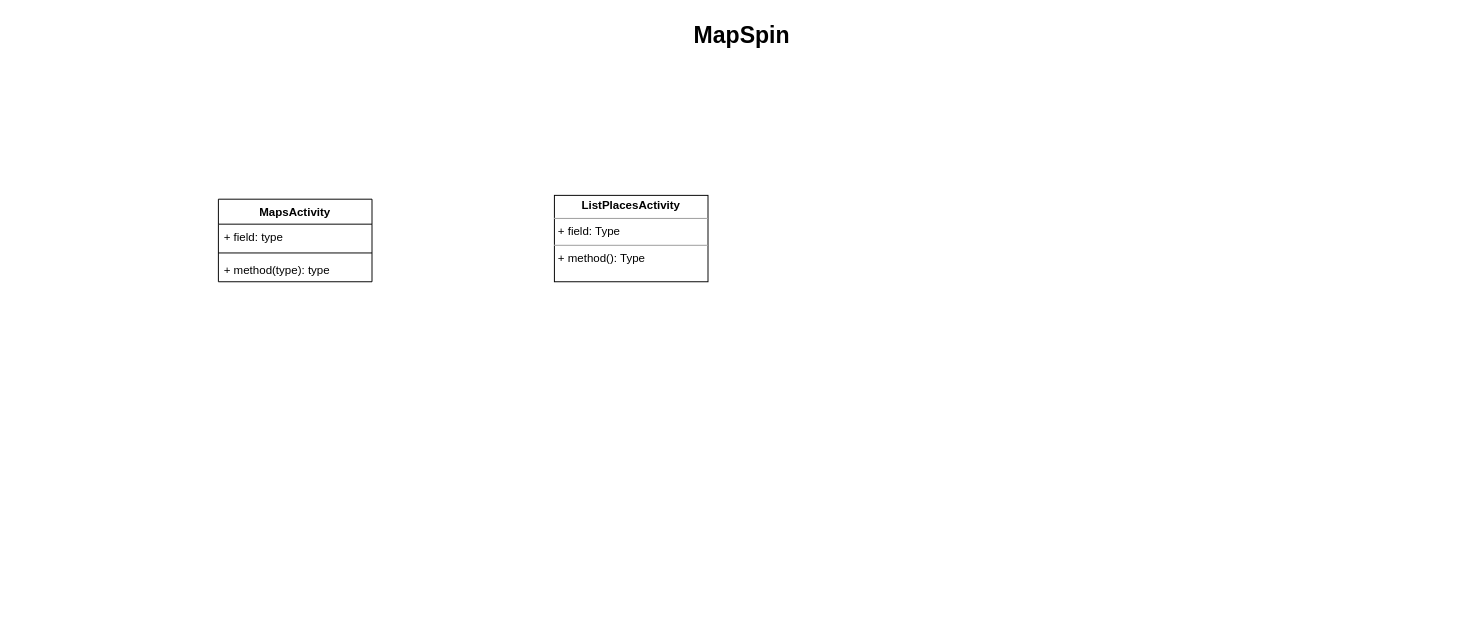
This is Untitled Diagram.drawio from sphothitay/CP470UML, a draw.io file, before an edit. Source tidied: cells renumbered, new cells numbered last; positions are measured from the earlier drawing's top-left corner, leaving out a move shared by most shapes. Both pictures are drawn from the tidied source at 96%, with x=0, y=0 at pixel (16, 16).
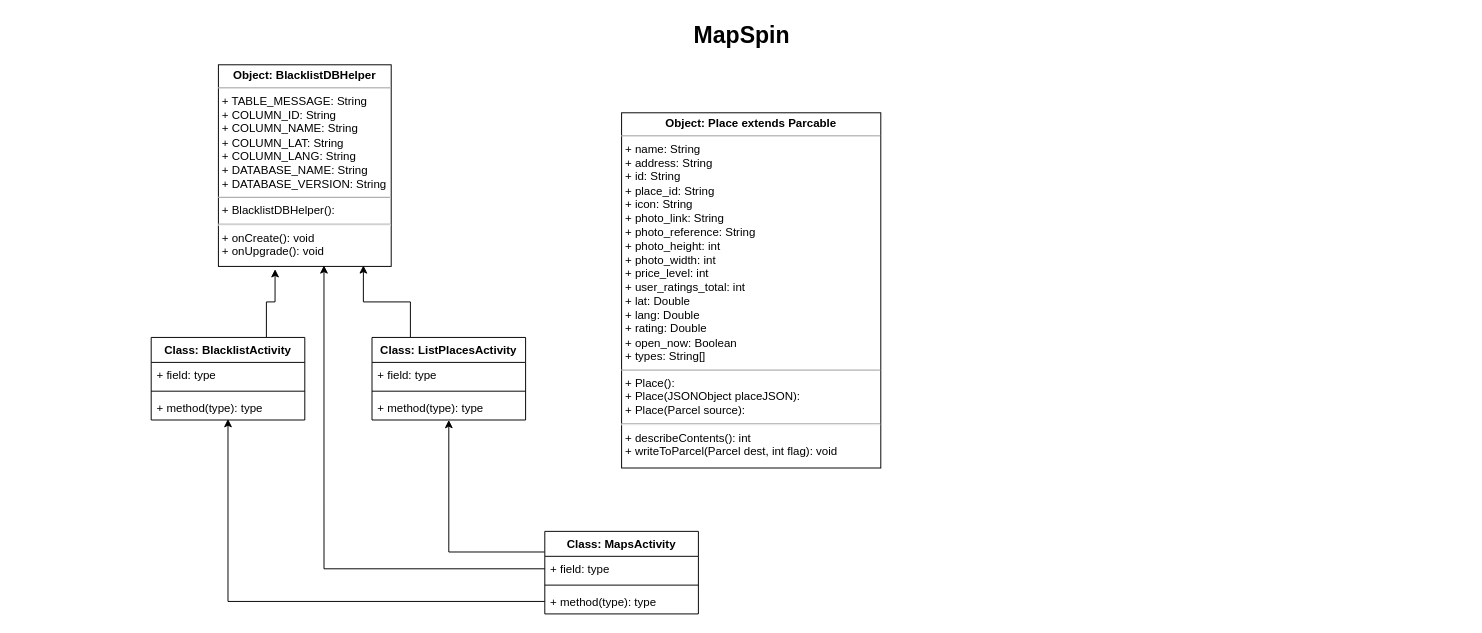
After the change.

The change refers to these unchanged cells:
```xml
<mxCell id="4" value="+ field: type" style="text;strokeColor=none;fillColor=none;align=left;verticalAlign=top;spacingLeft=4;spacingRight=4;overflow=hidden;points=[[0,0.5],[1,0.5]];portConstraint=eastwest;" parent="3" vertex="1">
  <mxGeometry y="26" width="160" height="26" as="geometry" />
</mxCell>
<mxCell id="6" value="+ method(type): type" style="text;strokeColor=none;fillColor=none;align=left;verticalAlign=top;spacingLeft=4;spacingRight=4;overflow=hidden;points=[[0,0.5],[1,0.5]];portConstraint=eastwest;" parent="3" vertex="1">
  <mxGeometry y="60" width="160" height="26" as="geometry" />
</mxCell>
```

Diff of the diagram source:
```diff
@@
+    <mxCell id="8" style="edgeStyle=orthogonalEdgeStyle;rounded=0;jettySize=auto;html=1;exitX=0;exitY=0.25;exitDx=0;exitDy=0;entryX=0.5;entryY=1;entryDx=0;entryDy=0;entryPerimeter=0;" parent="1" edge="1" source="3" target="14">
+      <mxGeometry relative="1" as="geometry" />
+    </mxCell>
-    <mxCell id="3" value="MapsActivity" style="swimlane;fontStyle=1;align=center;verticalAlign=top;horizontal=1;startSize=26;" parent="1" vertex="1">
-      <mxGeometry x="210" y="190" width="160" height="86" as="geometry" />
+    <mxCell id="3" value="Class: MapsActivity" style="swimlane;fontStyle=1;align=center;verticalAlign=top;horizontal=1;startSize=26;" parent="1" vertex="1">
+      <mxGeometry x="550" y="536" width="160" height="86" as="geometry" />
     </mxCell>
@@
-    <mxCell id="7" value="&lt;p style=&quot;margin: 0px ; margin-top: 4px ; text-align: center&quot;&gt;&lt;b&gt;ListPlacesActivity&lt;/b&gt;&lt;/p&gt;&lt;hr size=&quot;1&quot;&gt;&lt;p style=&quot;margin: 0px ; margin-left: 4px&quot;&gt;+ field: Type&lt;/p&gt;&lt;hr size=&quot;1&quot;&gt;&lt;p style=&quot;margin: 0px ; margin-left: 4px&quot;&gt;+ method(): Type&lt;/p&gt;" style="verticalAlign=top;align=left;overflow=fill;fontSize=12;fontFamily=Helvetica;html=1;" parent="1" vertex="1">
-      <mxGeometry x="560" y="186" width="160" height="90" as="geometry" />
-    </mxCell>
+    <mxCell id="9" value="&lt;p style=&quot;margin: 0px ; margin-top: 4px ; text-align: center&quot;&gt;&lt;b&gt;Object: BlacklistDBHelper&lt;/b&gt;&lt;/p&gt;&lt;hr size=&quot;1&quot;&gt;&lt;p style=&quot;margin: 0px ; margin-left: 4px&quot;&gt;+ TABLE_MESSAGE: String&lt;/p&gt;&lt;p style=&quot;margin: 0px ; margin-left: 4px&quot;&gt;+ COLUMN_ID: String&lt;br&gt;&lt;/p&gt;&lt;p style=&quot;margin: 0px ; margin-left: 4px&quot;&gt;+ COLUMN_NAME: String&lt;br&gt;&lt;/p&gt;&lt;p style=&quot;margin: 0px ; margin-left: 4px&quot;&gt;+ COLUMN_LAT: String&lt;br&gt;&lt;/p&gt;&lt;p style=&quot;margin: 0px ; margin-left: 4px&quot;&gt;+ COLUMN_LANG: String&lt;br&gt;&lt;/p&gt;&lt;p style=&quot;margin: 0px ; margin-left: 4px&quot;&gt;+ DATABASE_NAME: String&lt;br&gt;&lt;/p&gt;&lt;p style=&quot;margin: 0px ; margin-left: 4px&quot;&gt;+ DATABASE_VERSION: String&lt;br&gt;&lt;/p&gt;&lt;hr size=&quot;1&quot;&gt;&lt;p style=&quot;margin: 0px ; margin-left: 4px&quot;&gt;+ BlacklistDBHelper():&lt;br&gt;&lt;/p&gt;&lt;hr id=&quot;null&quot;&gt;&lt;p style=&quot;margin: 0px ; margin-left: 4px&quot;&gt;+ onCreate(): void&lt;/p&gt;&lt;p style=&quot;margin: 0px ; margin-left: 4px&quot;&gt;+ onUpgrade(): void&lt;br&gt;&lt;/p&gt;&lt;p style=&quot;margin: 0px ; margin-left: 4px&quot;&gt;&lt;br&gt;&lt;/p&gt;&lt;p style=&quot;margin: 0px ; margin-left: 4px&quot;&gt;&lt;br&gt;&lt;/p&gt;" style="verticalAlign=top;align=left;overflow=fill;fontSize=12;fontFamily=Helvetica;html=1;" parent="1" vertex="1">
+      <mxGeometry x="210" y="50" width="180" height="210" as="geometry" />
+    </mxCell>
+    <mxCell id="10" style="edgeStyle=orthogonalEdgeStyle;rounded=0;jettySize=auto;html=1;exitX=0.25;exitY=0;exitDx=0;exitDy=0;entryX=0.839;entryY=0.995;entryDx=0;entryDy=0;entryPerimeter=0;" parent="1" edge="1" source="11" target="9">
+      <mxGeometry relative="1" as="geometry" />
+    </mxCell>
+    <mxCell id="11" value="Class: ListPlacesActivity" style="swimlane;fontStyle=1;align=center;verticalAlign=top;horizontal=1;startSize=26;" parent="1" vertex="1">
+      <mxGeometry x="370" y="334" width="160" height="86" as="geometry" />
+    </mxCell>
+    <mxCell id="12" value="+ field: type" style="text;strokeColor=none;fillColor=none;align=left;verticalAlign=top;spacingLeft=4;spacingRight=4;overflow=hidden;" parent="11" vertex="1">
+      <mxGeometry y="26" width="160" height="26" as="geometry" />
+    </mxCell>
+    <mxCell id="13" style="line;strokeWidth=1;fillColor=none;align=left;verticalAlign=middle;spacingTop=-1;spacingLeft=3;spacingRight=3;labelPosition=right;" parent="11" vertex="1">
+      <mxGeometry y="52" width="160" height="8" as="geometry" />
+    </mxCell>
+    <mxCell id="14" value="+ method(type): type" style="text;strokeColor=none;fillColor=none;align=left;verticalAlign=top;spacingLeft=4;spacingRight=4;overflow=hidden;points=[[0,0.5],[1,0.5]];portConstraint=eastwest;" parent="11" vertex="1">
+      <mxGeometry y="60" width="160" height="26" as="geometry" />
+    </mxCell>
+    <mxCell id="15" style="edgeStyle=orthogonalEdgeStyle;rounded=0;jettySize=auto;html=1;exitX=0.75;exitY=0;exitDx=0;exitDy=0;entryX=0.328;entryY=1.014;entryDx=0;entryDy=0;entryPerimeter=0;" parent="1" edge="1" source="16" target="9">
+      <mxGeometry relative="1" as="geometry" />
+    </mxCell>
+    <mxCell id="16" value="Class: BlacklistActivity" style="swimlane;fontStyle=1;align=center;verticalAlign=top;horizontal=1;startSize=26;" parent="1" vertex="1">
+      <mxGeometry x="140" y="334" width="160" height="86" as="geometry" />
+    </mxCell>
+    <mxCell id="17" value="+ field: type" style="text;strokeColor=none;fillColor=none;align=left;verticalAlign=top;spacingLeft=4;spacingRight=4;overflow=hidden;" parent="16" vertex="1">
+      <mxGeometry y="26" width="160" height="26" as="geometry" />
+    </mxCell>
+    <mxCell id="18" style="line;strokeWidth=1;fillColor=none;align=left;verticalAlign=middle;spacingTop=-1;spacingLeft=3;spacingRight=3;labelPosition=right;" parent="16" vertex="1">
+      <mxGeometry y="52" width="160" height="8" as="geometry" />
+    </mxCell>
+    <mxCell id="19" value="+ method(type): type" style="text;strokeColor=none;fillColor=none;align=left;verticalAlign=top;spacingLeft=4;spacingRight=4;overflow=hidden;points=[[0,0.5],[1,0.5]];portConstraint=eastwest;" parent="16" vertex="1">
+      <mxGeometry y="60" width="160" height="26" as="geometry" />
+    </mxCell>
+    <mxCell id="20" value="&lt;p style=&quot;margin: 0px ; margin-top: 4px ; text-align: center&quot;&gt;&lt;b&gt;Object: Place extends Parcable&lt;/b&gt;&lt;/p&gt;&lt;hr size=&quot;1&quot;&gt;&lt;p style=&quot;margin: 0px ; margin-left: 4px&quot;&gt;+ name: String&lt;/p&gt;&lt;p style=&quot;margin: 0px ; margin-left: 4px&quot;&gt;+ address: String&lt;br&gt;&lt;/p&gt;&lt;p style=&quot;margin: 0px ; margin-left: 4px&quot;&gt;+ id: String&lt;br&gt;&lt;/p&gt;&lt;p style=&quot;margin: 0px ; margin-left: 4px&quot;&gt;+ place_id: String&lt;br&gt;&lt;/p&gt;&lt;p style=&quot;margin: 0px ; margin-left: 4px&quot;&gt;+ icon: String&lt;br&gt;&lt;/p&gt;&lt;p style=&quot;margin: 0px ; margin-left: 4px&quot;&gt;+ photo_link: String&lt;br&gt;&lt;/p&gt;&lt;p style=&quot;margin: 0px ; margin-left: 4px&quot;&gt;+ photo_reference: String&lt;br&gt;&lt;/p&gt;&lt;p style=&quot;margin: 0px ; margin-left: 4px&quot;&gt;+ photo_height: int&lt;br&gt;&lt;/p&gt;&lt;p style=&quot;margin: 0px ; margin-left: 4px&quot;&gt;+ photo_width: int&lt;br&gt;&lt;/p&gt;&lt;p style=&quot;margin: 0px ; margin-left: 4px&quot;&gt;+ price_level: int&lt;br&gt;&lt;/p&gt;&lt;p style=&quot;margin: 0px ; margin-left: 4px&quot;&gt;+ user_ratings_total: int&lt;br&gt;&lt;/p&gt;&lt;p style=&quot;margin: 0px ; margin-left: 4px&quot;&gt;+ lat: Double&lt;br&gt;&lt;/p&gt;&lt;p style=&quot;margin: 0px ; margin-left: 4px&quot;&gt;+ lang: Double&lt;br&gt;&lt;/p&gt;&lt;p style=&quot;margin: 0px ; margin-left: 4px&quot;&gt;+ rating: Double&lt;br&gt;&lt;/p&gt;&lt;p style=&quot;margin: 0px ; margin-left: 4px&quot;&gt;+ open_now: Boolean&lt;br&gt;&lt;/p&gt;&lt;p style=&quot;margin: 0px ; margin-left: 4px&quot;&gt;+ types: String[]&lt;br&gt;&lt;/p&gt;&lt;hr size=&quot;1&quot;&gt;&lt;p style=&quot;margin: 0px ; margin-left: 4px&quot;&gt;+ Place():&lt;br&gt;&lt;/p&gt;&lt;p style=&quot;margin: 0px ; margin-left: 4px&quot;&gt;+ Place(JSONObject placeJSON):&lt;br&gt;&lt;/p&gt;&lt;p style=&quot;margin: 0px ; margin-left: 4px&quot;&gt;+ Place(Parcel source):&lt;br&gt;&lt;/p&gt;&lt;hr id=&quot;null&quot;&gt;&lt;p style=&quot;margin: 0px ; margin-left: 4px&quot;&gt;+ describeContents(): int&lt;/p&gt;&lt;p style=&quot;margin: 0px ; margin-left: 4px&quot;&gt;+ writeToParcel(Parcel dest, int flag): void&lt;/p&gt;&lt;p style=&quot;margin: 0px ; margin-left: 4px&quot;&gt;&lt;br&gt;&lt;/p&gt;&lt;p style=&quot;margin: 0px ; margin-left: 4px&quot;&gt;&lt;br&gt;&lt;/p&gt;" style="verticalAlign=top;align=left;overflow=fill;fontSize=12;fontFamily=Helvetica;html=1;" parent="1" vertex="1">
+      <mxGeometry x="630" y="100" width="270" height="370" as="geometry" />
+    </mxCell>
+    <mxCell id="21" style="edgeStyle=orthogonalEdgeStyle;rounded=0;jettySize=auto;html=1;exitX=0;exitY=0.5;exitDx=0;exitDy=0;entryX=0.611;entryY=0.995;entryDx=0;entryDy=0;entryPerimeter=0;" parent="1" edge="1" source="4" target="9">
+      <mxGeometry relative="1" as="geometry" />
+    </mxCell>
+    <mxCell id="22" style="edgeStyle=orthogonalEdgeStyle;rounded=0;jettySize=auto;html=1;entryX=0.5;entryY=0.962;entryDx=0;entryDy=0;entryPerimeter=0;" parent="1" edge="1" source="6" target="19">
+      <mxGeometry relative="1" as="geometry" />
+    </mxCell>
```
